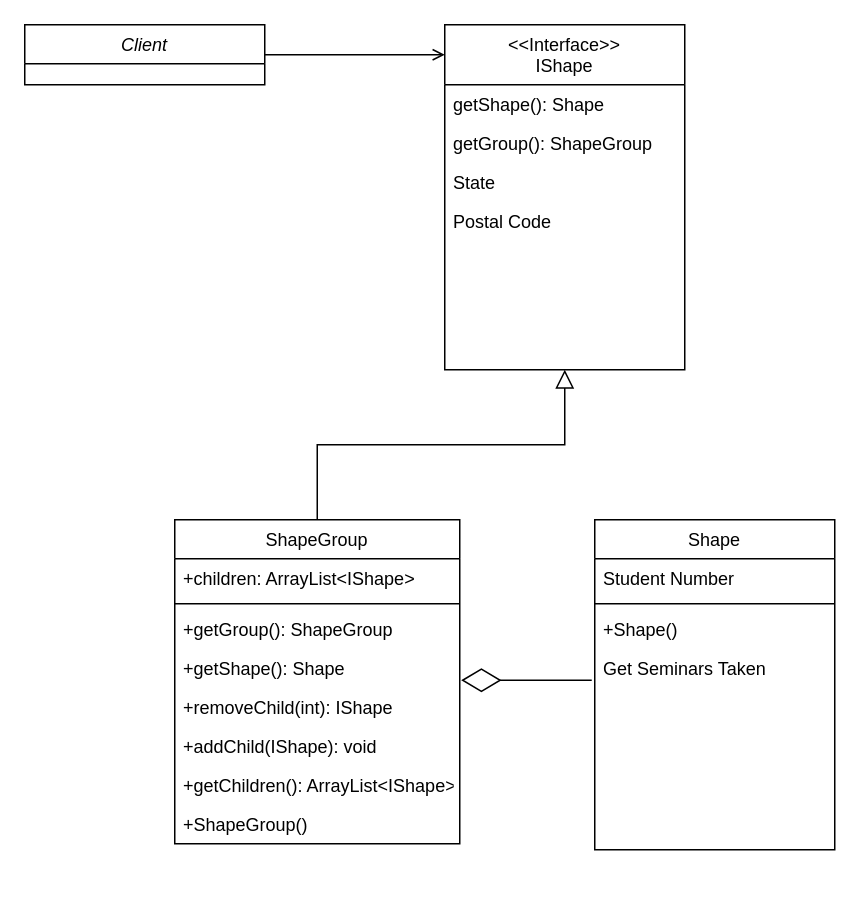
Above: CompositePattern2.drawio in mikeharris-github/SE450-JPaint (draw.io), before the change. Source tidied: cells renumbered, new cells numbered last; positions are measured from the earlier drawing's top-left corner, leaving out a move shared by most shapes. Both pictures are drawn from the tidied source at 150%, with x=0, y=0 at pixel (24, 24).
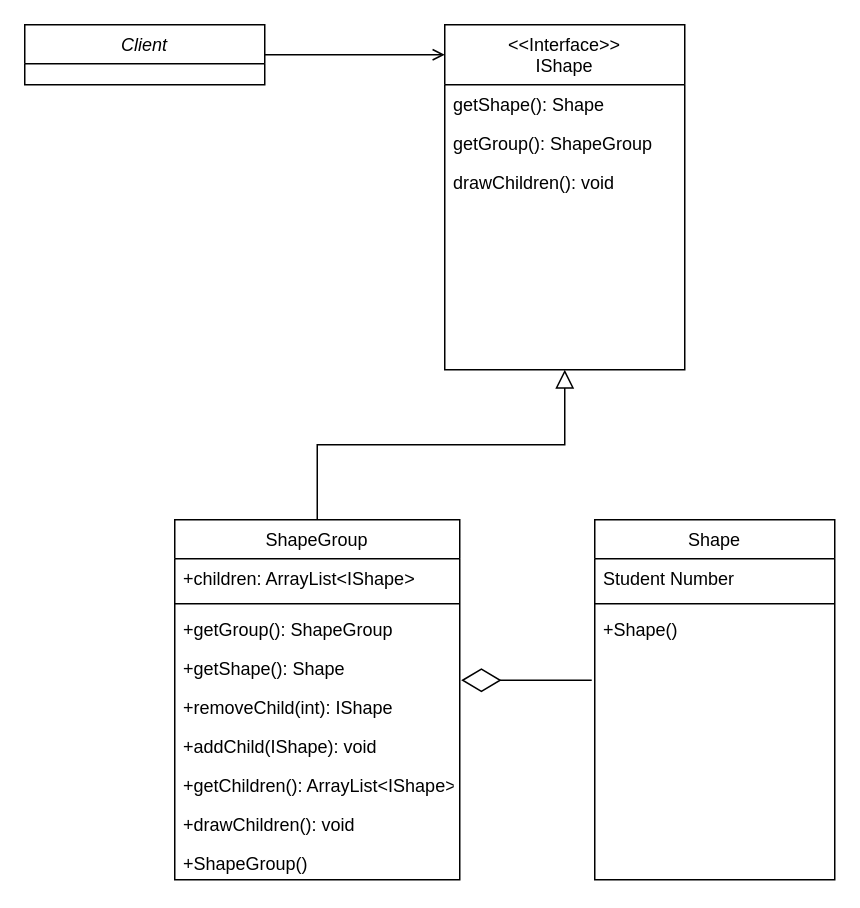
The same page after the edit.

The change refers to these unchanged cells:
```xml
<mxCell id="13" value="&lt;&lt;Interface&gt;&gt;&#10;IShape" style="swimlane;fontStyle=0;align=center;verticalAlign=top;horizontal=1;startSize=40;rounded=0;shadow=0;strokeWidth=1;" parent="1" vertex="1">
  <mxGeometry x="280" width="160" height="230" as="geometry" />
</mxCell>
```

What changed in the source:
```diff
@@
     <mxCell id="4" value="ShapeGroup" style="swimlane;fontStyle=0;align=center;verticalAlign=top;horizontal=1;startSize=26;rounded=0;shadow=0;strokeWidth=1;" parent="1" vertex="1">
-      <mxGeometry x="100" y="330" width="190" height="216" as="geometry" />
+      <mxGeometry x="100" y="330" width="190" height="240" as="geometry" />
     </mxCell>
@@
-    <mxCell id="12" value="+ShapeGroup()" style="text;align=left;verticalAlign=top;spacingLeft=4;spacingRight=4;overflow=hidden;" parent="4" vertex="1">
+    <mxCell id="12" value="+drawChildren(): void" style="text;align=left;verticalAlign=top;spacingLeft=4;spacingRight=4;overflow=hidden;" parent="4" vertex="1">
       <mxGeometry y="190" width="190" height="26" as="geometry" />
     </mxCell>
@@
-    <mxCell id="16" value="State" style="text;align=left;verticalAlign=top;spacingLeft=4;spacingRight=4;overflow=hidden;rounded=0;shadow=0;html=0;" parent="13" vertex="1">
+    <mxCell id="16" value="drawChildren(): void" style="text;align=left;verticalAlign=top;spacingLeft=4;spacingRight=4;overflow=hidden;rounded=0;shadow=0;html=0;" parent="13" vertex="1">
       <mxGeometry y="92" width="160" height="26" as="geometry" />
     </mxCell>
-    <mxCell id="17" value="Postal Code" style="text;align=left;verticalAlign=top;spacingLeft=4;spacingRight=4;overflow=hidden;rounded=0;shadow=0;html=0;" parent="13" vertex="1">
-      <mxGeometry y="118" width="160" height="26" as="geometry" />
-    </mxCell>
@@
     <mxCell id="19" value="Shape" style="swimlane;fontStyle=0;align=center;verticalAlign=top;horizontal=1;startSize=26;rounded=0;shadow=0;strokeWidth=1;" parent="1" vertex="1">
-      <mxGeometry x="380" y="330" width="160" height="220" as="geometry" />
+      <mxGeometry x="380" y="330" width="160" height="240" as="geometry" />
     </mxCell>
@@
-    <mxCell id="23" value="Get Seminars Taken" style="text;align=left;verticalAlign=top;spacingLeft=4;spacingRight=4;overflow=hidden;" parent="19" vertex="1">
-      <mxGeometry y="86" width="160" height="26" as="geometry" />
-    </mxCell>
@@
+    <mxCell id="25" value="+ShapeGroup()" style="text;align=left;verticalAlign=top;spacingLeft=4;spacingRight=4;overflow=hidden;" parent="1" vertex="1">
+      <mxGeometry x="100" y="546" width="190" height="26" as="geometry" />
+    </mxCell>
```
